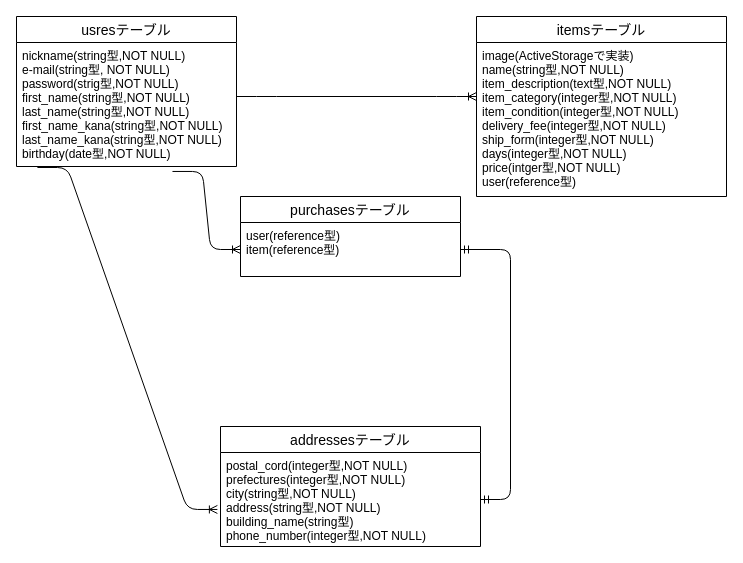
Above: furima.dio in kuroapish/furima-31099 (draw.io), before the change. Source tidied: cells renumbered, new cells numbered last; positions are measured from the earlier drawing's top-left corner, leaving out a move shared by most shapes. Both pictures are drawn from the tidied source at 100%, with x=0, y=0 at pixel (16, 16).
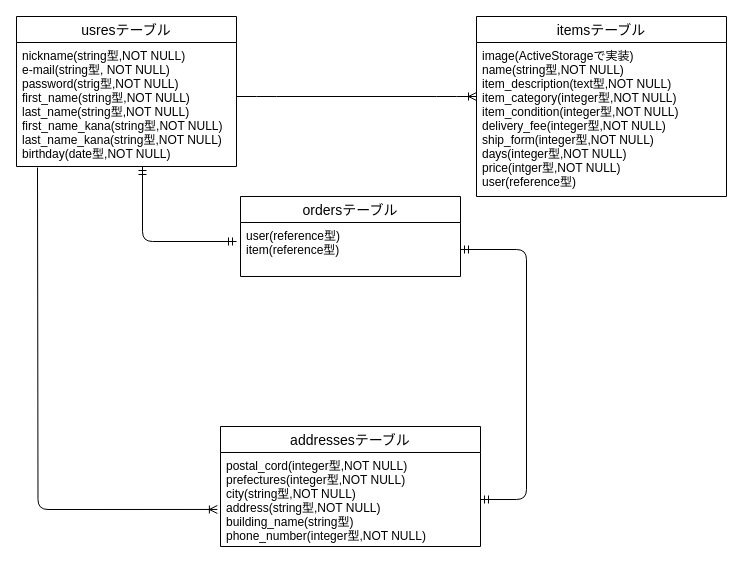
After the change.

Commit message (it also covers changes not shown here):
データベース設計　修正

The edit, as a diff of the source:
```diff
@@
 <mxGraphModel>
   <root>
     <mxCell id="0" />
     <mxCell id="1" parent="0" />
     <mxCell id="2" value="itemsテーブル" style="swimlane;fontStyle=0;horizontal=1;startSize=26;align=center;fontSize=14;rounded=0;sketch=0;" parent="1" vertex="1">
       <mxGeometry x="460" width="250" height="180" as="geometry" />
     </mxCell>
     <mxCell id="3" style="edgeStyle=entityRelationEdgeStyle;fontSize=12;html=1;endArrow=ERoneToMany;" parent="2" edge="1">
       <mxGeometry relative="1" as="geometry">
         <mxPoint x="-240" y="80" as="sourcePoint" />
         <mxPoint y="80" as="targetPoint" />
       </mxGeometry>
     </mxCell>
     <mxCell id="4" value="image(ActiveStorageで実装)&#10;name(string型,NOT NULL)&#10;item_description(text型,NOT NULL)&#10;item_category(integer型,NOT NULL)&#10;item_condition(integer型,NOT NULL)&#10;delivery_fee(integer型,NOT NULL)&#10;ship_form(integer型,NOT NULL)&#10;days(integer型,NOT NULL)&#10;price(intger型,NOT NULL)&#10;user(reference型)&#10;&#10;&#10;&#10;&#10;&#10;" style="text;strokeColor=none;fillColor=none;spacingLeft=4;spacingRight=4;overflow=hidden;fontSize=12;" parent="2" vertex="1">
       <mxGeometry y="26" width="250" height="154" as="geometry" />
     </mxCell>
-    <mxCell id="5" style="edgeStyle=entityRelationEdgeStyle;fontSize=12;html=1;endArrow=ERoneToMany;exitX=0.095;exitY=1.008;exitDx=0;exitDy=0;exitPerimeter=0;entryX=-0.012;entryY=0.606;entryDx=0;entryDy=0;entryPerimeter=0;" parent="1" edge="1" source="9" target="12">
-      <mxGeometry relative="1" as="geometry" />
+    <mxCell id="5" style="edgeStyle=orthogonalEdgeStyle;fontSize=12;html=1;endArrow=ERoneToMany;entryX=-0.012;entryY=0.606;entryDx=0;entryDy=0;entryPerimeter=0;elbow=vertical;" parent="1" edge="1" target="12">
+      <mxGeometry relative="1" as="geometry">
+        <mxPoint x="21" y="151" as="sourcePoint" />
+      </mxGeometry>
     </mxCell>
-    <mxCell id="6" value="purchasesテーブル" style="swimlane;fontStyle=0;horizontal=1;startSize=26;align=center;fontSize=14;rounded=0;sketch=0;" parent="1" vertex="1">
+    <mxCell id="6" value="ordersテーブル" style="swimlane;fontStyle=0;horizontal=1;startSize=26;align=center;fontSize=14;rounded=0;sketch=0;" parent="1" vertex="1">
       <mxGeometry x="224" y="180" width="220" height="80" as="geometry" />
     </mxCell>
     <mxCell id="7" value="user(reference型)&#10;item(reference型)" style="text;strokeColor=none;fillColor=none;spacingLeft=4;spacingRight=4;overflow=hidden;points=[[0,0.5],[1,0.5]];portConstraint=eastwest;fontSize=12;" parent="6" vertex="1">
       <mxGeometry y="26" width="220" height="54" as="geometry" />
     </mxCell>
     <mxCell id="8" value="usresテーブル" style="swimlane;fontStyle=0;horizontal=1;startSize=26;align=center;fontSize=14;rounded=0;sketch=0;" parent="1" vertex="1">
       <mxGeometry width="220" height="150" as="geometry" />
     </mxCell>
     <mxCell id="9" value="nickname(string型,NOT NULL)&#10;e-mail(string型, NOT NULL)&#10;password(strig型,NOT NULL)&#10;first_name(string型,NOT NULL)&#10;last_name(string型,NOT NULL)&#10;first_name_kana(string型,NOT NULL)&#10;last_name_kana(string型,NOT NULL)&#10;birthday(date型,NOT NULL)" style="text;strokeColor=none;fillColor=none;spacingLeft=4;spacingRight=4;overflow=hidden;points=[[0,0.5],[1,0.5]];portConstraint=eastwest;fontSize=12;" parent="8" vertex="1">
       <mxGeometry y="26" width="220" height="124" as="geometry" />
     </mxCell>
-    <mxCell id="10" style="edgeStyle=entityRelationEdgeStyle;fontSize=12;html=1;endArrow=ERoneToMany;exitX=0.709;exitY=1.04;exitDx=0;exitDy=0;exitPerimeter=0;" parent="1" edge="1" source="9" target="7">
-      <mxGeometry relative="1" as="geometry" />
-    </mxCell>
     <mxCell id="11" value="addressesテーブル" style="swimlane;fontStyle=0;horizontal=1;startSize=26;align=center;fontSize=14;rounded=0;sketch=0;" parent="1" vertex="1">
       <mxGeometry x="204" y="410" width="260" height="120" as="geometry" />
     </mxCell>
     <mxCell id="12" value="postal_cord(integer型,NOT NULL)&#10;prefectures(integer型,NOT NULL)&#10;city(string型,NOT NULL)&#10;address(string型,NOT NULL)&#10;building_name(string型)&#10;phone_number(integer型,NOT NULL)&#10;&#10;" style="text;strokeColor=none;fillColor=none;spacingLeft=4;spacingRight=4;overflow=hidden;points=[[0,0.5],[1,0.5]];portConstraint=eastwest;fontSize=12;" parent="11" vertex="1">
       <mxGeometry y="26" width="260" height="94" as="geometry" />
     </mxCell>
-    <mxCell id="13" style="edgeStyle=entityRelationEdgeStyle;fontSize=12;html=1;endArrow=ERmandOne;startArrow=ERmandOne;exitX=1;exitY=0.5;exitDx=0;exitDy=0;" parent="1" edge="1" source="7" target="12">
-      <mxGeometry relative="1" as="geometry" />
+    <mxCell id="13" style="edgeStyle=orthogonalEdgeStyle;fontSize=12;html=1;endArrow=ERmandOne;startArrow=ERmandOne;exitX=1;exitY=0.5;exitDx=0;exitDy=0;" parent="1" edge="1" source="7" target="12">
+      <mxGeometry relative="1" as="geometry">
+        <Array as="points">
+          <mxPoint x="510" y="233" />
+          <mxPoint x="510" y="483" />
+        </Array>
+      </mxGeometry>
     </mxCell>
+    <mxCell id="14" style="edgeStyle=orthogonalEdgeStyle;fontSize=12;html=1;endArrow=ERmandOne;startArrow=ERmandOne;" parent="1" edge="1">
+      <mxGeometry relative="1" as="geometry">
+        <mxPoint x="220" y="225" as="sourcePoint" />
+        <mxPoint x="126" y="150" as="targetPoint" />
+        <Array as="points">
+          <mxPoint x="126" y="225" />
+        </Array>
+      </mxGeometry>
+    </mxCell>
   </root>
 </mxGraphModel>
```
